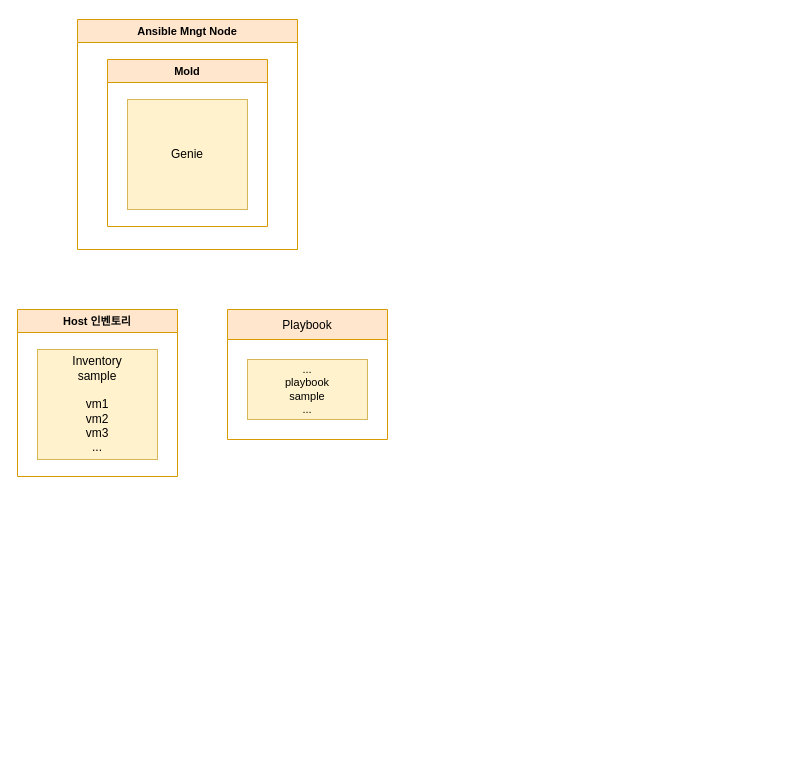
The draw.io diagram page "페이지-1" (1 of 2) of Genie.drawio in stardom3645/wiki, before the edit. Source tidied: cells renumbered, new cells numbered last; positions are measured from the earlier drawing's top-left corner, leaving out a move shared by most shapes. Both pictures are drawn from the tidied source at 100%, with x=0, y=0 at pixel (17, 19).
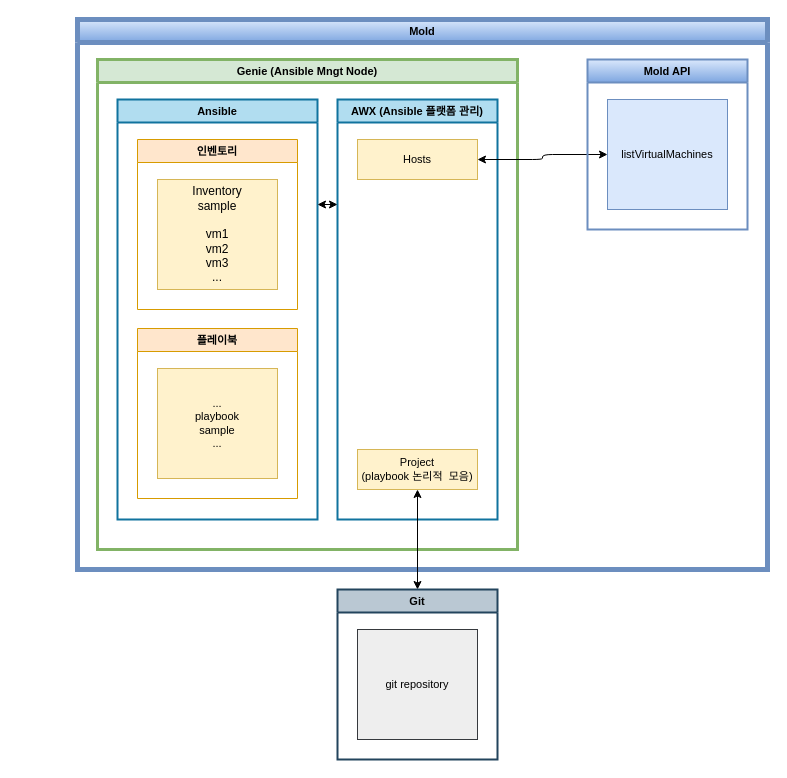
The same page after the edit.

What changed in the source:
```diff
@@
 <mxGraphModel>
   <root>
     <mxCell id="0" />
     <mxCell id="1" parent="0" />
-    <mxCell id="2" style="group;" parent="1" vertex="1">
-      <mxGeometry x="210" y="290" width="160" height="130" as="geometry" />
-    </mxCell>
-    <mxCell id="3" value="&lt;div style=&quot;font-size: 11px&quot;&gt;...&lt;/div&gt;&lt;div style=&quot;font-size: 11px&quot;&gt;playbook&lt;/div&gt;&lt;div style=&quot;font-size: 11px&quot;&gt;sample&lt;/div&gt;&lt;div style=&quot;font-size: 11px&quot;&gt;...&lt;/div&gt;" style="rounded=0;whiteSpace=wrap;html=1;fillColor=#fff2cc;strokeColor=#d6b656;" parent="2" vertex="1">
-      <mxGeometry x="20" y="50" width="120" height="60" as="geometry" />
-    </mxCell>
-    <mxCell id="4" value="Playbook" style="swimlane;fontStyle=0;horizontal=1;startSize=30;fillColor=#ffe6cc;strokeColor=#d79b00;" parent="2" vertex="1">
-      <mxGeometry width="160" height="130" as="geometry" />
-    </mxCell>
+    <mxCell id="7" value="Mold" style="swimlane;fontSize=11;fillColor=#dae8fc;strokeColor=#6c8ebf;gradientColor=#7ea6e0;strokeWidth=5;" parent="1" vertex="1">
+      <mxGeometry x="60" width="690" height="550" as="geometry" />
+    </mxCell>
+    <mxCell id="10" value="Genie (Ansible Mngt Node)" style="swimlane;fontSize=11;fillColor=#d5e8d4;strokeColor=#82b366;strokeWidth=3;" parent="7" vertex="1">
+      <mxGeometry x="20" y="40" width="420" height="490" as="geometry" />
+    </mxCell>
+    <mxCell id="11" value="AWX (Ansible 플랫폼 관리)" style="swimlane;fontSize=11;fillColor=#b1ddf0;strokeColor=#10739e;strokeWidth=2;" parent="10" vertex="1">
+      <mxGeometry x="240" y="40" width="160" height="420" as="geometry" />
+    </mxCell>
+    <mxCell id="12" value="&lt;div style=&quot;font-size: 11px&quot;&gt;Hosts&lt;/div&gt;" style="rounded=0;whiteSpace=wrap;html=1;fillColor=#fff2cc;strokeColor=#d6b656;" parent="11" vertex="1">
+      <mxGeometry x="20" y="40" width="120" height="40" as="geometry" />
+    </mxCell>
+    <mxCell id="13" value="&lt;div style=&quot;font-size: 11px&quot;&gt;Project&lt;br&gt;(playbook 논리적&amp;nbsp; 모음)&lt;/div&gt;" style="rounded=0;whiteSpace=wrap;html=1;fillColor=#fff2cc;strokeColor=#d6b656;" parent="11" vertex="1">
+      <mxGeometry x="20" y="350" width="120" height="40" as="geometry" />
+    </mxCell>
+    <mxCell id="14" value="Ansible" style="swimlane;fontSize=11;fillColor=#b1ddf0;strokeColor=#10739e;strokeWidth=2;" parent="10" vertex="1">
+      <mxGeometry x="20" y="40" width="200" height="420" as="geometry" />
+    </mxCell>
-    <mxCell id="5" value="Host 인벤토리" style="swimlane;fontSize=11;fillColor=#ffe6cc;strokeColor=#d79b00;" parent="1" vertex="1">
-      <mxGeometry y="290" width="160" height="167" as="geometry" />
+    <mxCell id="5" value="인벤토리" style="swimlane;fontSize=11;fillColor=#ffe6cc;strokeColor=#d79b00;" parent="14" vertex="1">
+      <mxGeometry x="20" y="40" width="160" height="170" as="geometry" />
     </mxCell>
     <mxCell id="6" value="Inventory&lt;br&gt;sample&lt;br&gt;&lt;br&gt;vm1&lt;br&gt;vm2&lt;br&gt;vm3&lt;br&gt;..." style="rounded=0;whiteSpace=wrap;html=1;fillColor=#fff2cc;strokeColor=#d6b656;" parent="5" vertex="1">
       <mxGeometry x="20" y="40" width="120" height="110" as="geometry" />
     </mxCell>
-    <mxCell id="7" value="Ansible Mngt Node" style="swimlane;fontSize=11;fillColor=#ffe6cc;strokeColor=#d79b00;" parent="1" vertex="1">
-      <mxGeometry x="60" width="220" height="230" as="geometry" />
-    </mxCell>
-    <mxCell id="8" value="Mold" style="swimlane;fontSize=11;fillColor=#ffe6cc;strokeColor=#d79b00;" parent="7" vertex="1">
-      <mxGeometry x="30" y="40" width="160" height="167" as="geometry" />
-    </mxCell>
-    <mxCell id="9" value="Genie" style="rounded=0;whiteSpace=wrap;html=1;fillColor=#fff2cc;strokeColor=#d6b656;" parent="8" vertex="1">
-      <mxGeometry x="20" y="40" width="120" height="110" as="geometry" />
-    </mxCell>
+    <mxCell id="15" value="플레이북" style="swimlane;fontSize=11;fillColor=#ffe6cc;strokeColor=#d79b00;" parent="14" vertex="1">
+      <mxGeometry x="20" y="229" width="160" height="170" as="geometry" />
+    </mxCell>
+    <mxCell id="3" value="&lt;div style=&quot;font-size: 11px&quot;&gt;...&lt;/div&gt;&lt;div style=&quot;font-size: 11px&quot;&gt;playbook&lt;/div&gt;&lt;div style=&quot;font-size: 11px&quot;&gt;sample&lt;/div&gt;&lt;div style=&quot;font-size: 11px&quot;&gt;...&lt;/div&gt;" style="rounded=0;whiteSpace=wrap;html=1;fillColor=#fff2cc;strokeColor=#d6b656;" parent="15" vertex="1">
+      <mxGeometry x="20" y="40" width="120" height="110" as="geometry" />
+    </mxCell>
+    <mxCell id="16" style="edgeStyle=orthogonalEdgeStyle;rounded=1;jettySize=auto;html=1;exitX=0;exitY=0.25;exitDx=0;exitDy=0;entryX=1;entryY=0.25;entryDx=0;entryDy=0;fontSize=11;startArrow=classic;startFill=1;" parent="10" edge="1" source="11" target="14">
+      <mxGeometry relative="1" as="geometry" />
+    </mxCell>
+    <mxCell id="17" style="edgeStyle=orthogonalEdgeStyle;rounded=1;jettySize=auto;html=1;entryX=1;entryY=0.5;entryDx=0;entryDy=0;fontSize=11;startArrow=classic;startFill=1;exitX=0;exitY=0.5;exitDx=0;exitDy=0;" parent="7" edge="1" source="19" target="12">
+      <mxGeometry relative="1" as="geometry" />
+    </mxCell>
+    <mxCell id="18" value="Mold API" style="swimlane;fontSize=11;fillColor=#dae8fc;strokeColor=#6c8ebf;gradientColor=#7ea6e0;strokeWidth=2;" parent="7" vertex="1">
+      <mxGeometry x="510" y="40" width="160" height="170" as="geometry" />
+    </mxCell>
+    <mxCell id="19" value="&lt;div&gt;&lt;span style=&quot;font-size: 11px&quot;&gt;listVirtualMachines&lt;/span&gt;&lt;br&gt;&lt;/div&gt;" style="rounded=0;whiteSpace=wrap;html=1;fillColor=#dae8fc;strokeColor=#6c8ebf;" parent="18" vertex="1">
+      <mxGeometry x="20" y="40" width="120" height="110" as="geometry" />
+    </mxCell>
+    <mxCell id="20" style="edgeStyle=orthogonalEdgeStyle;rounded=1;jettySize=auto;html=1;exitX=0.5;exitY=0;exitDx=0;exitDy=0;fontSize=11;startArrow=classic;startFill=1;entryX=0.5;entryY=1;entryDx=0;entryDy=0;" parent="1" edge="1" source="21" target="13">
+      <mxGeometry relative="1" as="geometry" />
+    </mxCell>
+    <mxCell id="21" value="Git" style="swimlane;fontSize=11;fillColor=#bac8d3;strokeColor=#23445d;strokeWidth=2;" parent="1" vertex="1">
+      <mxGeometry x="320" y="570" width="160" height="170" as="geometry" />
+    </mxCell>
+    <mxCell id="22" value="&lt;div style=&quot;font-size: 11px&quot;&gt;git repository&lt;/div&gt;" style="rounded=0;whiteSpace=wrap;html=1;fillColor=#eeeeee;strokeColor=#36393d;" parent="21" vertex="1">
+      <mxGeometry x="20" y="40" width="120" height="110" as="geometry" />
+    </mxCell>
   </root>
 </mxGraphModel>
```
